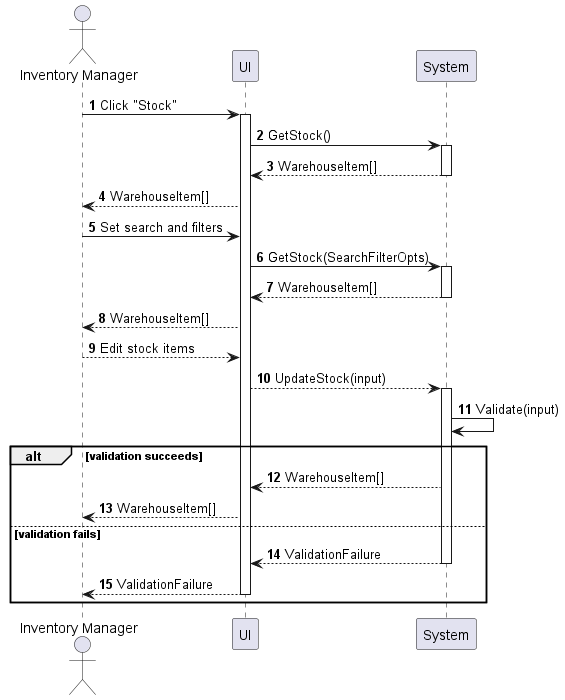
phihungha/scmss-reqs keeps this PlantUML diagram as sequences/inventory-stock-manage.png. Above is the earlier version. Its diagram source:
```plantuml
@startuml inventory-stock-manage
autonumber

actor "Inventory Manager" as a
participant UI as f
participant System as b

a -> f : Click "Stock"
activate f
f -> b : GetStock()
activate b
return WarehouseItem[]
f --> a : WarehouseItem[]
a -> f : Set search and filters
f -> b : GetStock(SearchFilterOpts)
activate b
return WarehouseItem[]
f --> a : WarehouseItem[]
a --> f : Edit stock items
f --> b : UpdateStock(input)
activate b
b -> b : Validate(input)
alt validation succeeds
    b --> f : WarehouseItem[]
    f --> a : WarehouseItem[]
else validation fails
    return ValidationFailure
    return ValidationFailure
end
@enduml
```
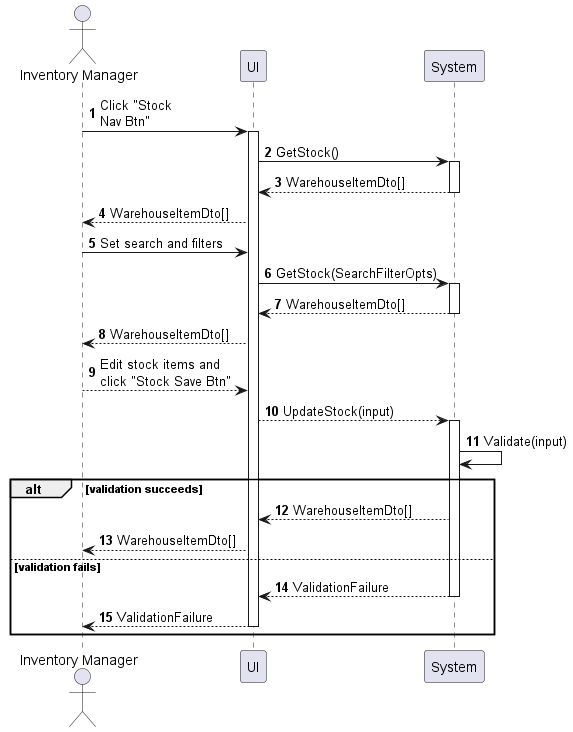
Above is the later version.

What changed in the source:
```diff
@@ -5,24 +5,24 @@
 participant UI as f
 participant System as b
 
-a -> f : Click "Stock"
+a -> f : Click "Stock\nNav Btn"
 activate f
 f -> b : GetStock()
 activate b
-return WarehouseItem[]
-f --> a : WarehouseItem[]
+return WarehouseItemDto[]
+f --> a : WarehouseItemDto[]
 a -> f : Set search and filters
 f -> b : GetStock(SearchFilterOpts)
 activate b
-return WarehouseItem[]
-f --> a : WarehouseItem[]
-a --> f : Edit stock items
+return WarehouseItemDto[]
+f --> a : WarehouseItemDto[]
+a --> f : Edit stock items and\nclick "Stock Save Btn"
 f --> b : UpdateStock(input)
 activate b
 b -> b : Validate(input)
 alt validation succeeds
-    b --> f : WarehouseItem[]
-    f --> a : WarehouseItem[]
+    b --> f : WarehouseItemDto[]
+    f --> a : WarehouseItemDto[]
 else validation fails
     return ValidationFailure
     return ValidationFailure
```
